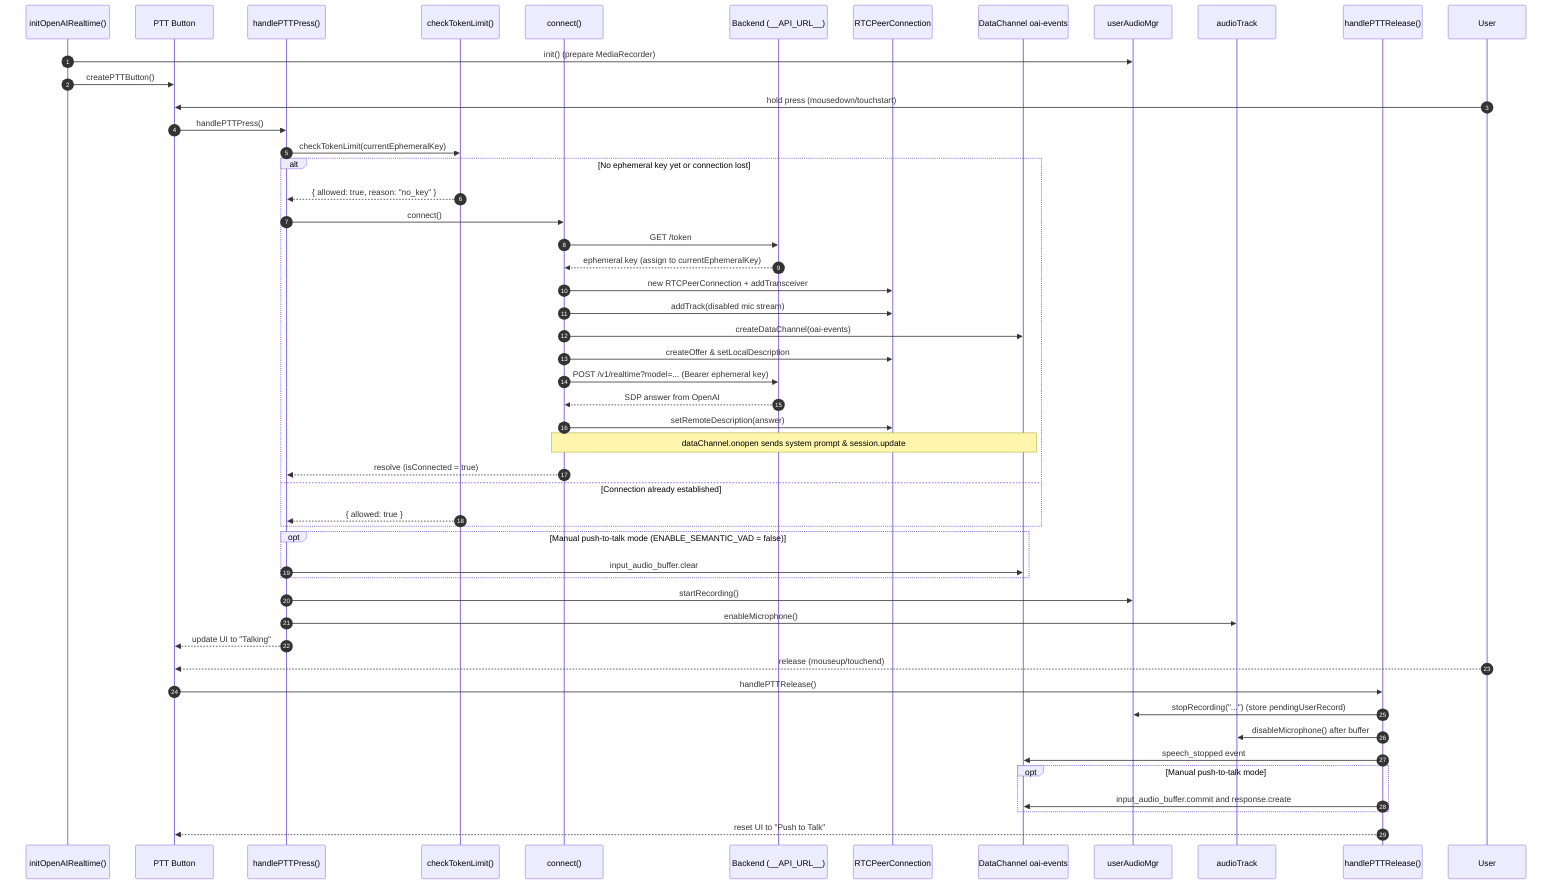
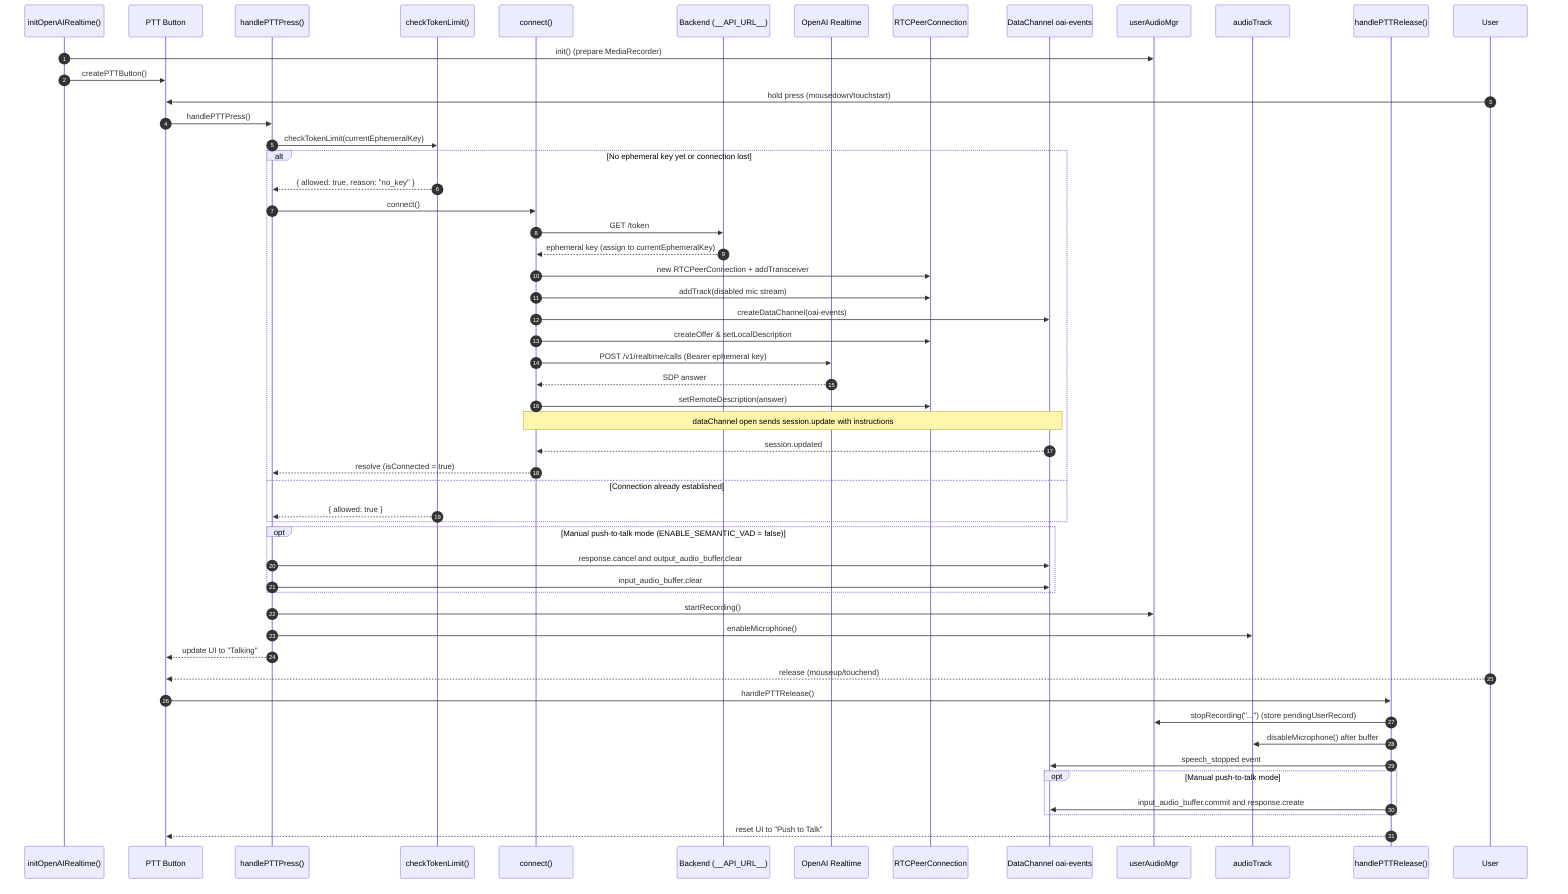
sequenceDiagram
autonumber
participant App as initOpenAIRealtime()
participant Button as PTT Button
participant Press as handlePTTPress()
participant Limit as checkTokenLimit()
participant Connect as connect()
participant Backend as Backend (__API_URL__)
+ participant OpenAI as OpenAI Realtime
participant RTC as RTCPeerConnection
participant Data as DataChannel oai-events
participant AudioMgr as userAudioMgr
participant Mic as audioTrack
participant Release as handlePTTRelease()

App->>AudioMgr: init() (prepare MediaRecorder)
App->>Button: createPTTButton()
User->>Button: hold press (mousedown/touchstart)
Button->>Press: handlePTTPress()
Press->>Limit: checkTokenLimit(currentEphemeralKey)

alt No ephemeral key yet or connection lost
  Limit-->>Press: { allowed: true, reason: "no_key" }
  Press->>Connect: connect()
  Connect->>Backend: GET /token
  Backend-->>Connect: ephemeral key (assign to currentEphemeralKey)
  Connect->>RTC: new RTCPeerConnection + addTransceiver
  Connect->>RTC: addTrack(disabled mic stream)
  Connect->>Data: createDataChannel(oai-events)
  Connect->>RTC: createOffer & setLocalDescription
-   Connect->>Backend: POST /v1/realtime?model=... (Bearer ephemeral key)
-   Backend-->>Connect: SDP answer from OpenAI
+   Connect->>OpenAI: POST /v1/realtime/calls (Bearer ephemeral key)
+   OpenAI-->>Connect: SDP answer
  Connect->>RTC: setRemoteDescription(answer)
-   Note over Connect,Data: dataChannel.onopen sends system prompt & session.update
+   Note over Connect,Data: dataChannel open sends session.update with instructions
+   Data-->>Connect: session.updated
  Connect-->>Press: resolve (isConnected = true)
else Connection already established
  Limit-->>Press: { allowed: true }
end

opt Manual push-to-talk mode (ENABLE_SEMANTIC_VAD = false)
+   Press->>Data: response.cancel and output_audio_buffer.clear
  Press->>Data: input_audio_buffer.clear
end

Press->>AudioMgr: startRecording()
Press->>Mic: enableMicrophone()
Press-->>Button: update UI to "Talking"

User-->>Button: release (mouseup/touchend)
Button->>Release: handlePTTRelease()
Release->>AudioMgr: stopRecording("...") (store pendingUserRecord)
Release->>Mic: disableMicrophone() after buffer
Release->>Data: speech_stopped event

opt Manual push-to-talk mode
  Release->>Data: input_audio_buffer.commit and response.create
end

Release-->>Button: reset UI to "Push to Talk"
